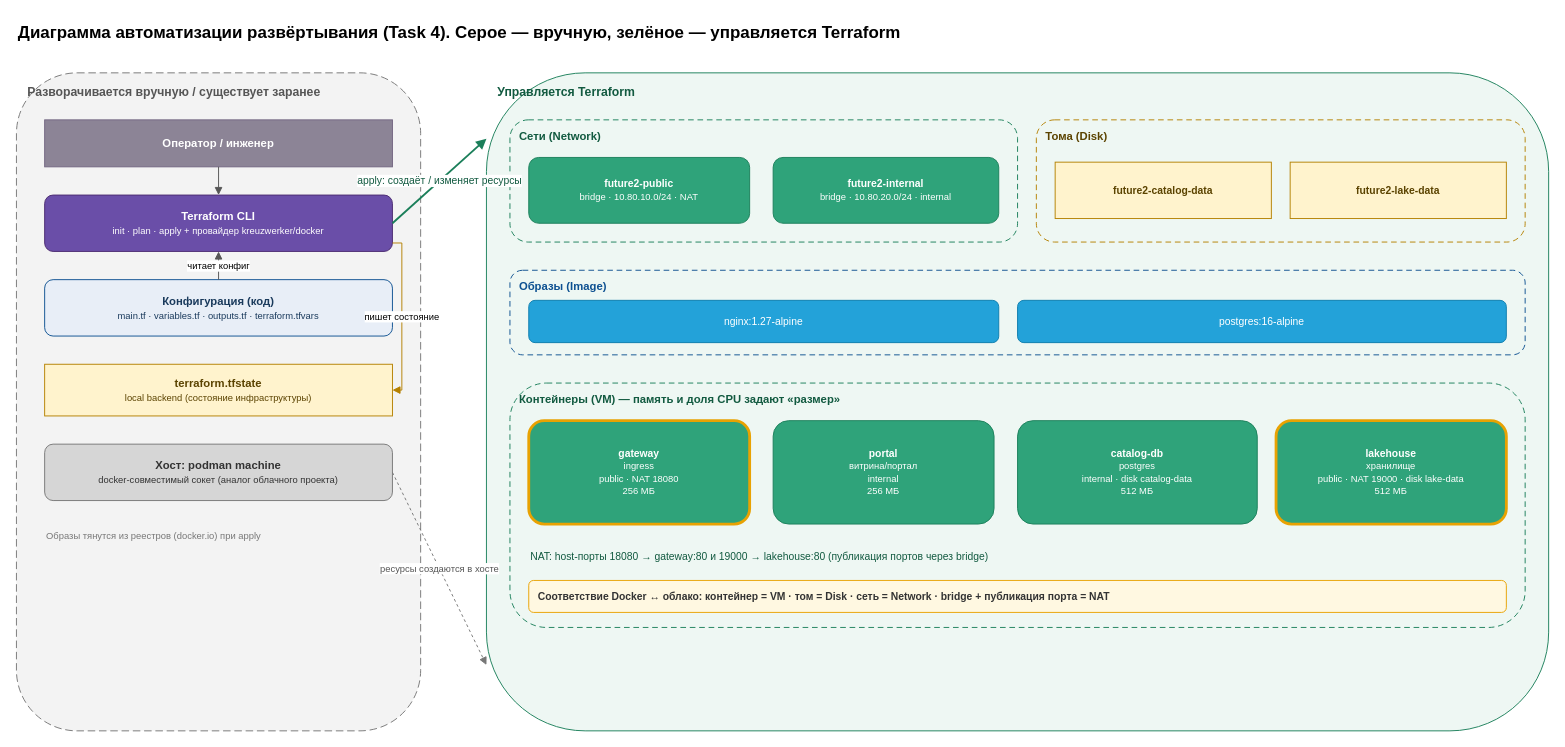
Before: Task4/diagram.drawio in SiritosKon/architecture-future_2_0, a draw.io diagram. Source tidied: cells renumbered, new cells numbered last; positions are measured from the earlier drawing's top-left corner, leaving out a move shared by most shapes. Both pictures are drawn from the tidied source at 94%, with x=0, y=0 at pixel (16, 16).
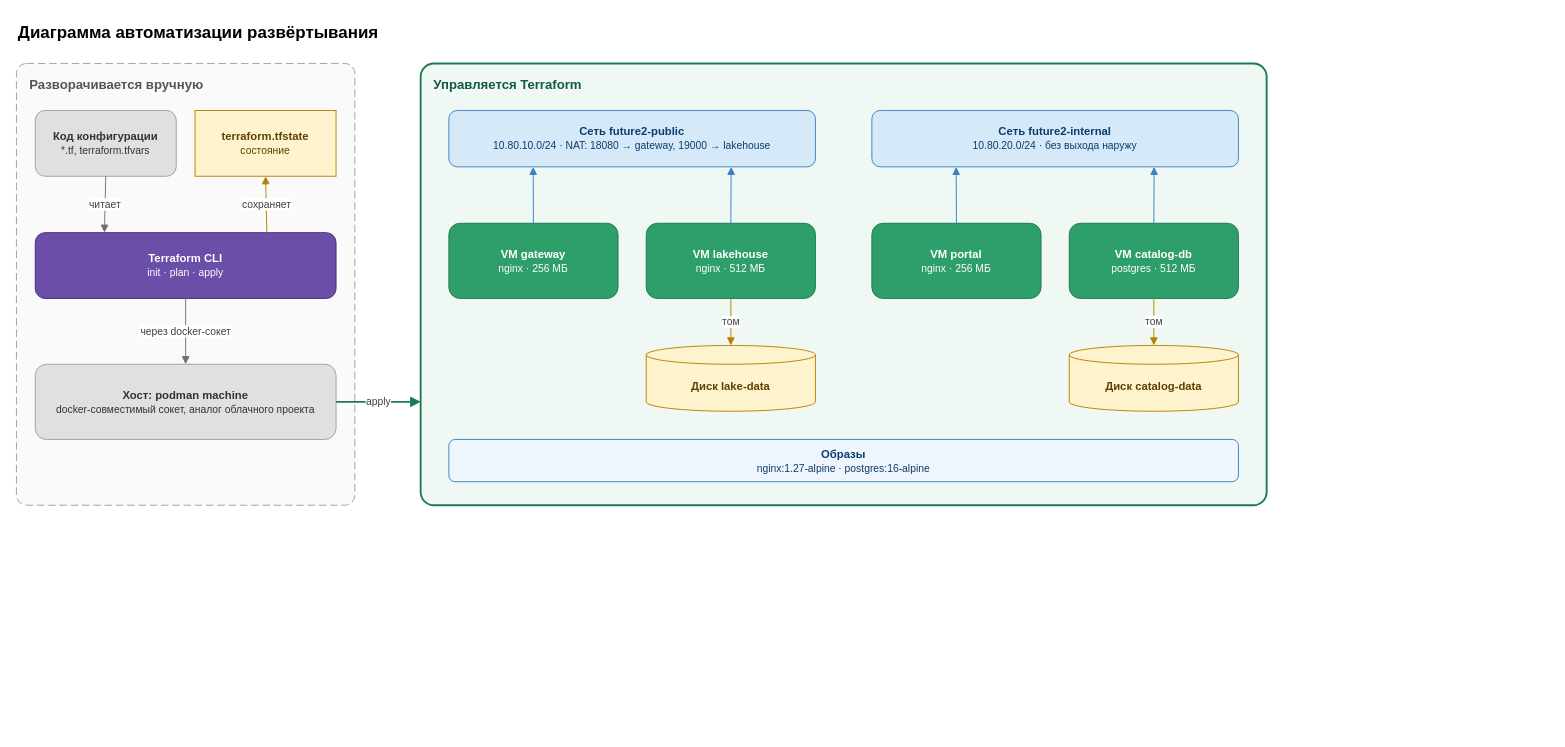
The same diagram, later.

Commit message (it also covers changes not shown here):
Task4: simpler deployment diagram, verbatim apply output, single README

Change to the diagram source:
```diff
@@
-    <mxCell id="2" value="Диаграмма автоматизации развёртывания (Task 4). Серое — вручную, зелёное — управляется Terraform" style="text;html=1;align=left;fontSize=18;fontStyle=1;" parent="1" vertex="1">
-      <mxGeometry width="1600" height="30" as="geometry" />
-    </mxCell>
-    <mxCell id="3" value="Разворачивается вручную / существует заранее" style="rounded=1;whiteSpace=wrap;html=1;dashed=1;dashPattern=8 4;fillColor=#f3f3f3;strokeColor=#777777;fontColor=#555555;align=left;verticalAlign=top;spacingLeft=10;spacingTop=6;fontStyle=1;fontSize=13;" parent="1" vertex="1">
-      <mxGeometry y="60" width="430" height="700" as="geometry" />
-    </mxCell>
-    <mxCell id="4" value="&lt;b&gt;Оператор / инженер&lt;/b&gt;" style="rounded=0;whiteSpace=wrap;html=1;fillColor=#8C8496;fontColor=#ffffff;strokeColor=#736782;fontSize=12;" parent="1" vertex="1">
-      <mxGeometry x="30" y="110" width="370" height="50" as="geometry" />
-    </mxCell>
-    <mxCell id="5" value="&lt;b&gt;Terraform CLI&lt;/b&gt;&lt;br&gt;&lt;span style=&quot;font-size:10px&quot;&gt;init · plan · apply + провайдер kreuzwerker/docker&lt;/span&gt;" style="rounded=1;whiteSpace=wrap;html=1;fillColor=#6a4ea8;fontColor=#ffffff;strokeColor=#4b2a70;fontSize=12;" parent="1" vertex="1">
-      <mxGeometry x="30" y="190" width="370" height="60" as="geometry" />
-    </mxCell>
-    <mxCell id="6" value="&lt;b&gt;Конфигурация (код)&lt;/b&gt;&lt;br&gt;&lt;span style=&quot;font-size:10px&quot;&gt;main.tf · variables.tf · outputs.tf · terraform.tfvars&lt;/span&gt;" style="rounded=1;whiteSpace=wrap;html=1;fillColor=#e8eef7;fontColor=#1a3a5c;strokeColor=#0D5091;fontSize=12;" parent="1" vertex="1">
-      <mxGeometry x="30" y="280" width="370" height="60" as="geometry" />
-    </mxCell>
+    <mxCell id="32" value="Диаграмма автоматизации развёртывания" style="text;html=1;align=left;verticalAlign=top;fontSize=18;fontStyle=1;" parent="1" vertex="1">
+      <mxGeometry width="900" height="30" as="geometry" />
+    </mxCell>
+    <mxCell id="33" value="Разворачивается вручную" style="rounded=1;arcSize=3;whiteSpace=wrap;html=1;dashed=1;dashPattern=8 4;fillColor=#fafafa;strokeColor=#9e9e9e;fontColor=#555555;align=left;verticalAlign=top;spacingLeft=12;spacingTop=8;fontSize=14;fontStyle=1;" parent="1" vertex="1">
+      <mxGeometry y="50" width="360" height="470" as="geometry" />
+    </mxCell>
+    <mxCell id="34" value="&lt;b&gt;Код конфигурации&lt;/b&gt;&lt;br&gt;&lt;span style=&quot;font-size:11px&quot;&gt;*.tf, terraform.tfvars&lt;/span&gt;" style="rounded=1;whiteSpace=wrap;html=1;fillColor=#e0e0e0;strokeColor=#9e9e9e;fontColor=#333333;fontSize=12;" parent="1" vertex="1">
+      <mxGeometry x="20" y="100" width="150" height="70" as="geometry" />
+    </mxCell>
-    <mxCell id="7" value="&lt;b&gt;terraform.tfstate&lt;/b&gt;&lt;br&gt;&lt;span style=&quot;font-size:10px&quot;&gt;local backend (состояние инфраструктуры)&lt;/span&gt;" style="rounded=0;whiteSpace=wrap;html=1;fillColor=#fff3cd;fontColor=#5b4300;strokeColor=#b58100;fontSize=12;" parent="1" vertex="1">
-      <mxGeometry x="30" y="370" width="370" height="55" as="geometry" />
+    <mxCell id="7" value="&lt;b&gt;terraform.tfstate&lt;/b&gt;&lt;br&gt;&lt;span style=&quot;font-size:11px&quot;&gt;состояние&lt;/span&gt;" style="rounded=0;whiteSpace=wrap;html=1;fillColor=#fff3cd;strokeColor=#b58100;fontColor=#5b4300;fontSize=12;" parent="1" vertex="1">
+      <mxGeometry x="190" y="100" width="150" height="70" as="geometry" />
     </mxCell>
+    <mxCell id="35" value="&lt;b&gt;Terraform CLI&lt;/b&gt;&lt;br&gt;&lt;span style=&quot;font-size:11px&quot;&gt;init · plan · apply&lt;/span&gt;" style="rounded=1;whiteSpace=wrap;html=1;fillColor=#6a4ea8;strokeColor=#4b2a70;fontColor=#ffffff;fontSize=12;" parent="1" vertex="1">
+      <mxGeometry x="20" y="230" width="320" height="70" as="geometry" />
+    </mxCell>
-    <mxCell id="8" value="&lt;b&gt;Хост: podman machine&lt;/b&gt;&lt;br&gt;&lt;span style=&quot;font-size:10px&quot;&gt;docker-совместимый сокет (аналог облачного проекта)&lt;/span&gt;" style="rounded=1;whiteSpace=wrap;html=1;fillColor=#d6d6d6;fontColor=#333333;strokeColor=#777777;fontSize=12;" parent="1" vertex="1">
-      <mxGeometry x="30" y="455" width="370" height="60" as="geometry" />
+    <mxCell id="8" value="&lt;b&gt;Хост: podman machine&lt;/b&gt;&lt;br&gt;&lt;span style=&quot;font-size:11px&quot;&gt;docker-совместимый сокет, аналог облачного проекта&lt;/span&gt;" style="rounded=1;whiteSpace=wrap;html=1;fillColor=#e0e0e0;strokeColor=#9e9e9e;fontColor=#333333;fontSize=12;" parent="1" vertex="1">
+      <mxGeometry x="20" y="370" width="320" height="80" as="geometry" />
     </mxCell>
-    <mxCell id="9" value="Образы тянутся из реестров (docker.io) при apply" style="text;html=1;align=left;verticalAlign=top;fontSize=10;fontColor=#777777;whiteSpace=wrap;" parent="1" vertex="1">
-      <mxGeometry x="30" y="540" width="370" height="40" as="geometry" />
-    </mxCell>
-    <mxCell id="10" value="Управляется Terraform" style="rounded=1;whiteSpace=wrap;html=1;dashed=0;fillColor=#eef7f3;strokeColor=#1b7f5a;fontColor=#125a40;align=left;verticalAlign=top;spacingLeft=10;spacingTop=6;fontStyle=1;fontSize=13;" parent="1" vertex="1">
-      <mxGeometry x="500" y="60" width="1130" height="700" as="geometry" />
+    <mxCell id="10" value="Управляется Terraform" style="rounded=1;arcSize=3;whiteSpace=wrap;html=1;fillColor=#f0f8f4;strokeColor=#1f7a51;strokeWidth=2;fontColor=#125a40;align=left;verticalAlign=top;spacingLeft=12;spacingTop=8;fontSize=14;fontStyle=1;" parent="1" vertex="1">
+      <mxGeometry x="430" y="50" width="900" height="470" as="geometry" />
     </mxCell>
-    <mxCell id="11" value="Сети (Network)" style="rounded=1;whiteSpace=wrap;html=1;dashed=1;dashPattern=6 4;fillColor=none;strokeColor=#1b7f5a;fontColor=#125a40;align=left;verticalAlign=top;spacingLeft=8;spacingTop=4;fontStyle=1;fontSize=12;" parent="1" vertex="1">
-      <mxGeometry x="525" y="110" width="540" height="130" as="geometry" />
-    </mxCell>
-    <mxCell id="12" value="&lt;b&gt;future2-public&lt;/b&gt;&lt;br&gt;&lt;span style=&quot;font-size:10px&quot;&gt;bridge · 10.80.10.0/24 · NAT&lt;/span&gt;" style="rounded=1;whiteSpace=wrap;html=1;fillColor=#2fa37a;fontColor=#ffffff;strokeColor=#1b7f5a;fontSize=11;" parent="1" vertex="1">
-      <mxGeometry x="545" y="150" width="235" height="70" as="geometry" />
-    </mxCell>
-    <mxCell id="13" value="&lt;b&gt;future2-internal&lt;/b&gt;&lt;br&gt;&lt;span style=&quot;font-size:10px&quot;&gt;bridge · 10.80.20.0/24 · internal&lt;/span&gt;" style="rounded=1;whiteSpace=wrap;html=1;fillColor=#2fa37a;fontColor=#ffffff;strokeColor=#1b7f5a;fontSize=11;" parent="1" vertex="1">
-      <mxGeometry x="805" y="150" width="240" height="70" as="geometry" />
-    </mxCell>
-    <mxCell id="14" value="Тома (Disk)" style="rounded=1;whiteSpace=wrap;html=1;dashed=1;dashPattern=6 4;fillColor=none;strokeColor=#b58100;fontColor=#5b4300;align=left;verticalAlign=top;spacingLeft=8;spacingTop=4;fontStyle=1;fontSize=12;" parent="1" vertex="1">
-      <mxGeometry x="1085" y="110" width="520" height="130" as="geometry" />
-    </mxCell>
-    <mxCell id="15" value="&lt;b&gt;future2-catalog-data&lt;/b&gt;" style="rounded=0;whiteSpace=wrap;html=1;fillColor=#fff3cd;fontColor=#5b4300;strokeColor=#b58100;fontSize=11;" parent="1" vertex="1">
-      <mxGeometry x="1105" y="155" width="230" height="60" as="geometry" />
-    </mxCell>
-    <mxCell id="16" value="&lt;b&gt;future2-lake-data&lt;/b&gt;" style="rounded=0;whiteSpace=wrap;html=1;fillColor=#fff3cd;fontColor=#5b4300;strokeColor=#b58100;fontSize=11;" parent="1" vertex="1">
-      <mxGeometry x="1355" y="155" width="230" height="60" as="geometry" />
-    </mxCell>
-    <mxCell id="17" value="Образы (Image)" style="rounded=1;whiteSpace=wrap;html=1;dashed=1;dashPattern=6 4;fillColor=none;strokeColor=#0D5091;fontColor=#0D5091;align=left;verticalAlign=top;spacingLeft=8;spacingTop=4;fontStyle=1;fontSize=12;" parent="1" vertex="1">
-      <mxGeometry x="525" y="270" width="1080" height="90" as="geometry" />
-    </mxCell>
-    <mxCell id="18" value="nginx:1.27-alpine" style="rounded=1;whiteSpace=wrap;html=1;fillColor=#23A2D9;fontColor=#ffffff;strokeColor=#0E7DAD;fontSize=11;" parent="1" vertex="1">
-      <mxGeometry x="545" y="302" width="500" height="45" as="geometry" />
-    </mxCell>
-    <mxCell id="19" value="postgres:16-alpine" style="rounded=1;whiteSpace=wrap;html=1;fillColor=#23A2D9;fontColor=#ffffff;strokeColor=#0E7DAD;fontSize=11;" parent="1" vertex="1">
-      <mxGeometry x="1065" y="302" width="520" height="45" as="geometry" />
-    </mxCell>
-    <mxCell id="20" value="Контейнеры (VM) — память и доля CPU задают «размер»" style="rounded=1;whiteSpace=wrap;html=1;dashed=1;dashPattern=6 4;fillColor=none;strokeColor=#1b7f5a;fontColor=#125a40;align=left;verticalAlign=top;spacingLeft=8;spacingTop=4;fontStyle=1;fontSize=12;" parent="1" vertex="1">
-      <mxGeometry x="525" y="390" width="1080" height="260" as="geometry" />
-    </mxCell>
-    <mxCell id="21" value="&lt;b&gt;gateway&lt;/b&gt;&lt;br&gt;&lt;span style=&quot;font-size:10px&quot;&gt;ingress&lt;br&gt;public · NAT 18080&lt;br&gt;256 МБ&lt;/span&gt;" style="rounded=1;whiteSpace=wrap;html=1;fillColor=#2fa37a;fontColor=#ffffff;strokeColor=#e8a202;strokeWidth=3;fontSize=11;" parent="1" vertex="1">
-      <mxGeometry x="545" y="430" width="235" height="110" as="geometry" />
-    </mxCell>
-    <mxCell id="22" value="&lt;b&gt;portal&lt;/b&gt;&lt;br&gt;&lt;span style=&quot;font-size:10px&quot;&gt;витрина/портал&lt;br&gt;internal&lt;br&gt;256 МБ&lt;/span&gt;" style="rounded=1;whiteSpace=wrap;html=1;fillColor=#2fa37a;fontColor=#ffffff;strokeColor=#1b7f5a;fontSize=11;" parent="1" vertex="1">
-      <mxGeometry x="805" y="430" width="235" height="110" as="geometry" />
-    </mxCell>
-    <mxCell id="23" value="&lt;b&gt;catalog-db&lt;/b&gt;&lt;br&gt;&lt;span style=&quot;font-size:10px&quot;&gt;postgres&lt;br&gt;internal · disk catalog-data&lt;br&gt;512 МБ&lt;/span&gt;" style="rounded=1;whiteSpace=wrap;html=1;fillColor=#2fa37a;fontColor=#ffffff;strokeColor=#1b7f5a;fontSize=11;" parent="1" vertex="1">
-      <mxGeometry x="1065" y="430" width="255" height="110" as="geometry" />
-    </mxCell>
-    <mxCell id="24" value="&lt;b&gt;lakehouse&lt;/b&gt;&lt;br&gt;&lt;span style=&quot;font-size:10px&quot;&gt;хранилище&lt;br&gt;public · NAT 19000 · disk lake-data&lt;br&gt;512 МБ&lt;/span&gt;" style="rounded=1;whiteSpace=wrap;html=1;fillColor=#2fa37a;fontColor=#ffffff;strokeColor=#e8a202;strokeWidth=3;fontSize=11;" parent="1" vertex="1">
-      <mxGeometry x="1340" y="430" width="245" height="110" as="geometry" />
-    </mxCell>
-    <mxCell id="25" value="NAT: host-порты 18080 → gateway:80 и 19000 → lakehouse:80 (публикация портов через bridge)" style="text;html=1;align=left;verticalAlign=middle;fontSize=11;fontColor=#125a40;whiteSpace=wrap;" parent="1" vertex="1">
-      <mxGeometry x="545" y="560" width="1040" height="30" as="geometry" />
-    </mxCell>
-    <mxCell id="26" value="Соответствие Docker ↔ облако:  контейнер = VM · том = Disk · сеть = Network · bridge + публикация порта = NAT" style="text;html=1;align=left;verticalAlign=middle;fontSize=11;fontStyle=1;fontColor=#333333;whiteSpace=wrap;rounded=1;fillColor=#fff8e1;strokeColor=#e8a202;spacingLeft=8;" parent="1" vertex="1">
-      <mxGeometry x="545" y="600" width="1040" height="34" as="geometry" />
-    </mxCell>
-    <mxCell id="27" style="html=1;endArrow=block;endFill=1;strokeColor=#555555;" parent="1" edge="1" source="4" target="5">
-      <mxGeometry relative="1" as="geometry" />
-    </mxCell>
-    <mxCell id="28" value="читает конфиг" style="html=1;endArrow=block;endFill=1;strokeColor=#555555;fontSize=10;labelBackgroundColor=#ffffff;" parent="1" edge="1" source="6" target="5">
-      <mxGeometry relative="1" as="geometry" />
-    </mxCell>
-    <mxCell id="29" value="пишет состояние" style="html=1;endArrow=block;endFill=1;edgeStyle=orthogonalEdgeStyle;rounded=0;strokeColor=#b58100;fontSize=10;labelBackgroundColor=#ffffff;exitX=1;exitY=0.85;entryX=1;entryY=0.5;" parent="1" edge="1" source="5" target="7">
-      <mxGeometry relative="1" as="geometry" />
-    </mxCell>
-    <mxCell id="30" value="apply: создаёт / изменяет ресурсы" style="html=1;endArrow=block;endFill=1;strokeColor=#1b7f5a;strokeWidth=2;fontSize=11;fontColor=#125a40;labelBackgroundColor=#ffffff;exitX=1;exitY=0.5;entryX=0;entryY=0.1;" parent="1" edge="1" source="5" target="10">
-      <mxGeometry relative="1" as="geometry" />
-    </mxCell>
+    <mxCell id="36" value="&lt;b&gt;Сеть future2-public&lt;/b&gt;&lt;br&gt;&lt;span style=&quot;font-size:11px&quot;&gt;10.80.10.0/24 · NAT: 18080 → gateway, 19000 → lakehouse&lt;/span&gt;" style="rounded=1;whiteSpace=wrap;html=1;fillColor=#d6e9f8;strokeColor=#3C7FC0;fontColor=#0b3d6e;fontSize=12;" parent="1" vertex="1">
+      <mxGeometry x="460" y="100" width="390" height="60" as="geometry" />
+    </mxCell>
+    <mxCell id="37" value="&lt;b&gt;Сеть future2-internal&lt;/b&gt;&lt;br&gt;&lt;span style=&quot;font-size:11px&quot;&gt;10.80.20.0/24 · без выхода наружу&lt;/span&gt;" style="rounded=1;whiteSpace=wrap;html=1;fillColor=#d6e9f8;strokeColor=#3C7FC0;fontColor=#0b3d6e;fontSize=12;" parent="1" vertex="1">
+      <mxGeometry x="910" y="100" width="390" height="60" as="geometry" />
+    </mxCell>
+    <mxCell id="38" value="&lt;b&gt;VM gateway&lt;/b&gt;&lt;br&gt;&lt;span style=&quot;font-size:11px&quot;&gt;nginx · 256 МБ&lt;/span&gt;" style="rounded=1;whiteSpace=wrap;html=1;fillColor=#2e9e6b;strokeColor=#1f7a51;fontColor=#ffffff;fontSize=12;" parent="1" vertex="1">
+      <mxGeometry x="460" y="220" width="180" height="80" as="geometry" />
+    </mxCell>
+    <mxCell id="39" value="&lt;b&gt;VM lakehouse&lt;/b&gt;&lt;br&gt;&lt;span style=&quot;font-size:11px&quot;&gt;nginx · 512 МБ&lt;/span&gt;" style="rounded=1;whiteSpace=wrap;html=1;fillColor=#2e9e6b;strokeColor=#1f7a51;fontColor=#ffffff;fontSize=12;" parent="1" vertex="1">
+      <mxGeometry x="670" y="220" width="180" height="80" as="geometry" />
+    </mxCell>
+    <mxCell id="40" value="&lt;b&gt;VM portal&lt;/b&gt;&lt;br&gt;&lt;span style=&quot;font-size:11px&quot;&gt;nginx · 256 МБ&lt;/span&gt;" style="rounded=1;whiteSpace=wrap;html=1;fillColor=#2e9e6b;strokeColor=#1f7a51;fontColor=#ffffff;fontSize=12;" parent="1" vertex="1">
+      <mxGeometry x="910" y="220" width="180" height="80" as="geometry" />
+    </mxCell>
+    <mxCell id="41" value="&lt;b&gt;VM catalog-db&lt;/b&gt;&lt;br&gt;&lt;span style=&quot;font-size:11px&quot;&gt;postgres · 512 МБ&lt;/span&gt;" style="rounded=1;whiteSpace=wrap;html=1;fillColor=#2e9e6b;strokeColor=#1f7a51;fontColor=#ffffff;fontSize=12;" parent="1" vertex="1">
+      <mxGeometry x="1120" y="220" width="180" height="80" as="geometry" />
+    </mxCell>
+    <mxCell id="42" value="&lt;b&gt;Диск lake-data&lt;/b&gt;" style="shape=cylinder3;whiteSpace=wrap;html=1;boundedLbl=1;size=10;fillColor=#fff3cd;strokeColor=#b58100;fontColor=#5b4300;fontSize=12;" parent="1" vertex="1">
+      <mxGeometry x="670" y="350" width="180" height="70" as="geometry" />
+    </mxCell>
+    <mxCell id="43" value="&lt;b&gt;Диск catalog-data&lt;/b&gt;" style="shape=cylinder3;whiteSpace=wrap;html=1;boundedLbl=1;size=10;fillColor=#fff3cd;strokeColor=#b58100;fontColor=#5b4300;fontSize=12;" parent="1" vertex="1">
+      <mxGeometry x="1120" y="350" width="180" height="70" as="geometry" />
+    </mxCell>
+    <mxCell id="44" value="&lt;b&gt;Образы&lt;/b&gt;&lt;br&gt;&lt;span style=&quot;font-size:11px&quot;&gt;nginx:1.27-alpine · postgres:16-alpine&lt;/span&gt;" style="rounded=1;whiteSpace=wrap;html=1;fillColor=#eef5fc;strokeColor=#3C7FC0;fontColor=#0b3d6e;fontSize=12;" parent="1" vertex="1">
+      <mxGeometry x="460" y="450" width="840" height="45" as="geometry" />
+    </mxCell>
+    <mxCell id="45" value="читает" style="html=1;endArrow=block;endFill=1;strokeColor=#707070;strokeWidth=1;fontSize=11;fontColor=#404040;labelBackgroundColor=#ffffff;exitX=0.5;exitY=1;exitDx=0;exitDy=0;entryX=0.23;entryY=0;entryDx=0;entryDy=0;" parent="1" edge="1" source="34" target="35">
+      <mxGeometry relative="1" as="geometry" />
+    </mxCell>
+    <mxCell id="46" value="сохраняет" style="html=1;endArrow=block;endFill=1;strokeColor=#b58100;strokeWidth=1;fontSize=11;fontColor=#404040;labelBackgroundColor=#ffffff;exitX=0.77;exitY=0;exitDx=0;exitDy=0;entryX=0.5;entryY=1;entryDx=0;entryDy=0;" parent="1" edge="1" source="35" target="7">
+      <mxGeometry relative="1" as="geometry" />
+    </mxCell>
+    <mxCell id="47" value="через docker-сокет" style="html=1;endArrow=block;endFill=1;strokeColor=#707070;strokeWidth=1;fontSize=11;fontColor=#404040;labelBackgroundColor=#ffffff;exitX=0.5;exitY=1;exitDx=0;exitDy=0;entryX=0.5;entryY=0;entryDx=0;entryDy=0;" parent="1" edge="1" source="35" target="8">
+      <mxGeometry relative="1" as="geometry" />
+    </mxCell>
-    <mxCell id="31" value="ресурсы создаются в хосте" style="html=1;endArrow=block;endFill=1;dashed=1;strokeColor=#777777;fontSize=10;fontColor=#555555;labelBackgroundColor=#ffffff;exitX=1;exitY=0.5;entryX=0;entryY=0.9;" parent="1" edge="1" source="8" target="10">
+    <mxCell id="31" value="apply" style="html=1;endArrow=block;endFill=1;strokeColor=#1f7a51;strokeWidth=2;fontSize=11;fontColor=#404040;labelBackgroundColor=#ffffff;exitX=1;exitY=0.5;exitDx=0;exitDy=0;entryX=0;entryY=0.766;entryDx=0;entryDy=0;" parent="1" edge="1" source="8" target="10">
       <mxGeometry relative="1" as="geometry" />
     </mxCell>
+    <mxCell id="48" style="html=1;endArrow=block;endFill=1;strokeColor=#3C7FC0;strokeWidth=1;fontSize=11;fontColor=#404040;labelBackgroundColor=#ffffff;exitX=0.5;exitY=0;exitDx=0;exitDy=0;entryX=0.23;entryY=1;entryDx=0;entryDy=0;" parent="1" edge="1" source="38" target="36">
+      <mxGeometry relative="1" as="geometry" />
+    </mxCell>
+    <mxCell id="49" style="html=1;endArrow=block;endFill=1;strokeColor=#3C7FC0;strokeWidth=1;fontSize=11;fontColor=#404040;labelBackgroundColor=#ffffff;exitX=0.5;exitY=0;exitDx=0;exitDy=0;entryX=0.77;entryY=1;entryDx=0;entryDy=0;" parent="1" edge="1" source="39" target="36">
+      <mxGeometry relative="1" as="geometry" />
+    </mxCell>
+    <mxCell id="50" style="html=1;endArrow=block;endFill=1;strokeColor=#3C7FC0;strokeWidth=1;fontSize=11;fontColor=#404040;labelBackgroundColor=#ffffff;exitX=0.5;exitY=0;exitDx=0;exitDy=0;entryX=0.23;entryY=1;entryDx=0;entryDy=0;" parent="1" edge="1" source="40" target="37">
+      <mxGeometry relative="1" as="geometry" />
+    </mxCell>
+    <mxCell id="51" style="html=1;endArrow=block;endFill=1;strokeColor=#3C7FC0;strokeWidth=1;fontSize=11;fontColor=#404040;labelBackgroundColor=#ffffff;exitX=0.5;exitY=0;exitDx=0;exitDy=0;entryX=0.77;entryY=1;entryDx=0;entryDy=0;" parent="1" edge="1" source="41" target="37">
+      <mxGeometry relative="1" as="geometry" />
+    </mxCell>
+    <mxCell id="52" value="том" style="html=1;endArrow=block;endFill=1;strokeColor=#b58100;strokeWidth=1;fontSize=11;fontColor=#404040;labelBackgroundColor=#ffffff;exitX=0.5;exitY=1;exitDx=0;exitDy=0;entryX=0.5;entryY=0;entryDx=0;entryDy=0;" parent="1" edge="1" source="39" target="42">
+      <mxGeometry relative="1" as="geometry" />
+    </mxCell>
+    <mxCell id="53" value="том" style="html=1;endArrow=block;endFill=1;strokeColor=#b58100;strokeWidth=1;fontSize=11;fontColor=#404040;labelBackgroundColor=#ffffff;exitX=0.5;exitY=1;exitDx=0;exitDy=0;entryX=0.5;entryY=0;entryDx=0;entryDy=0;" parent="1" edge="1" source="41" target="43">
+      <mxGeometry relative="1" as="geometry" />
+    </mxCell>
```
